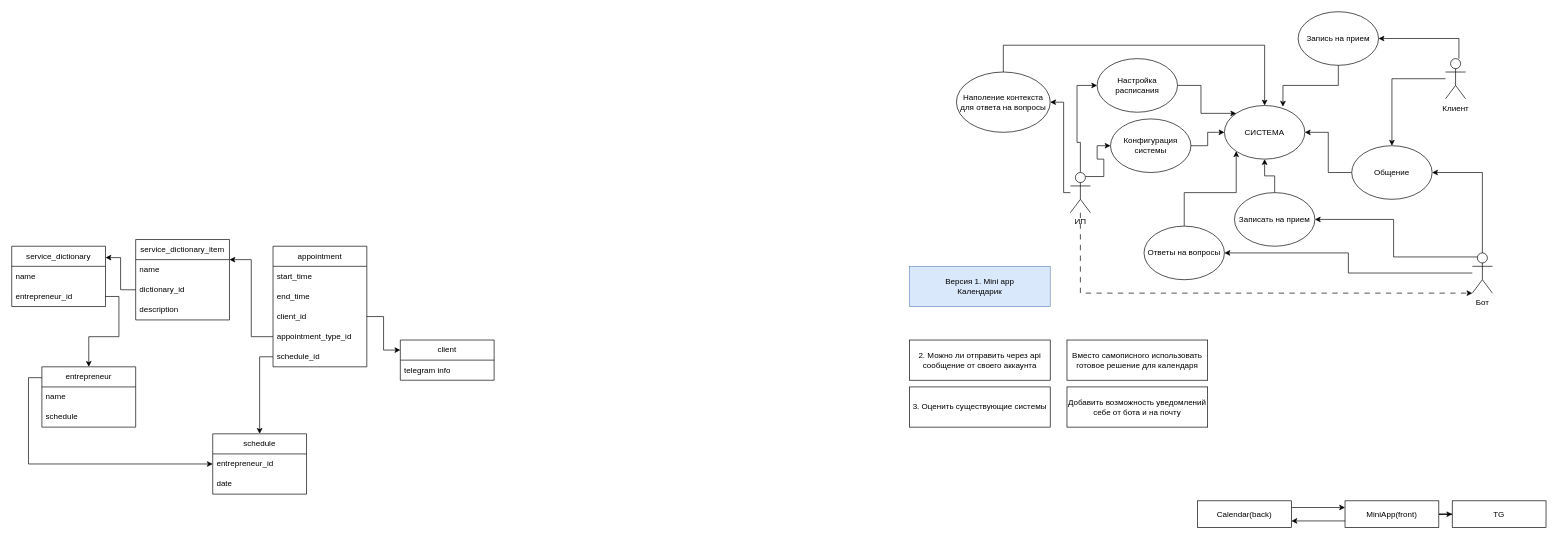
Earlier version of the draw.io diagram TG.drawio (dima3sh/repo). Source tidied: cells renumbered, new cells numbered last; positions are measured from the earlier drawing's top-left corner, leaving out a move shared by most shapes. Both pictures are drawn from the tidied source at 67%, with x=0, y=0 at pixel (11, 11).
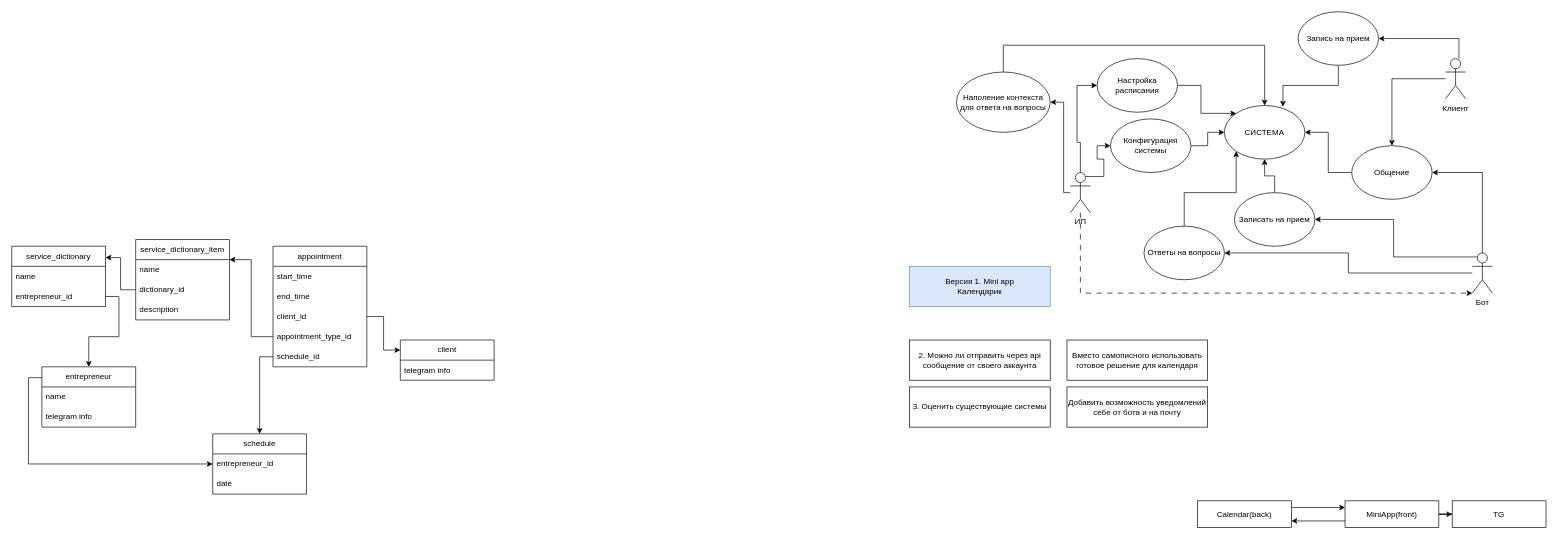
The same diagram, later.

Unchanged cells that the change refers to:
```xml
<mxCell id="46" value="entrepreneur" style="swimlane;fontStyle=0;horizontal=1;startSize=30;whiteSpace=wrap;html=1;" parent="1" vertex="1">
  <mxGeometry x="45" y="530" width="140" height="90" as="geometry" />
</mxCell>
```

What changed in the source:
```diff
@@
-    <mxCell id="48" value="schedule" style="text;strokeColor=none;fillColor=none;align=left;verticalAlign=middle;spacingLeft=4;spacingRight=4;overflow=hidden;whiteSpace=wrap;html=1;" parent="46" vertex="1">
-      <mxGeometry y="60" width="140" height="30" as="geometry" />
-    </mxCell>
+    <mxCell id="67" value="telegram info" style="text;strokeColor=none;fillColor=none;align=left;verticalAlign=middle;spacingLeft=4;spacingRight=4;overflow=hidden;whiteSpace=wrap;html=1;" parent="46" vertex="1">
+      <mxGeometry y="60" width="140" height="30" as="geometry" />
+    </mxCell>
```
